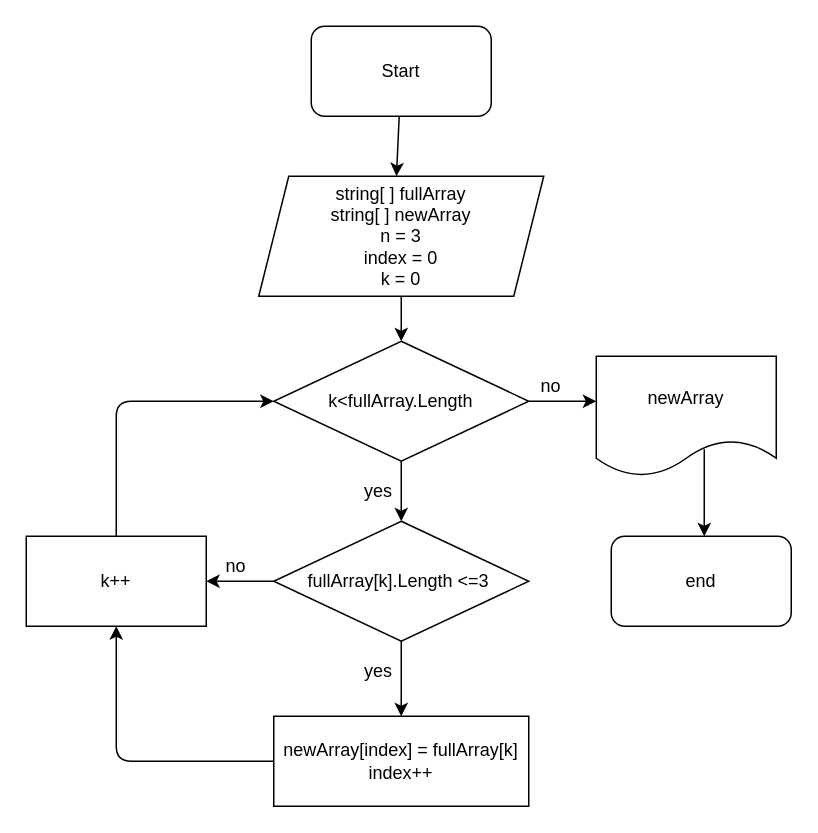
The draw.io diagram FinalTask/Scheme.drawio in earhangelskiy1916/FinalTest, before the edit. Source tidied: cells renumbered, new cells numbered last; positions are measured from the earlier drawing's top-left corner, leaving out a move shared by most shapes. Both pictures are drawn from the tidied source at 150%, with x=0, y=0 at pixel (26, 26).
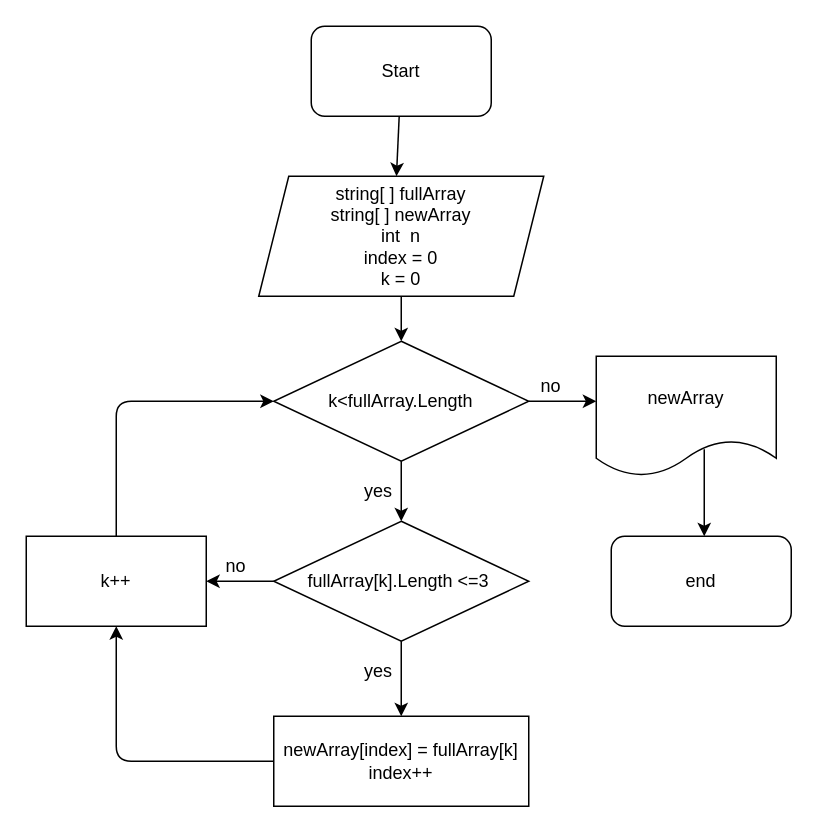
After the change.

Commit message:
feat: improved block scheme file Scheme.drawio

Change to the diagram source:
```diff
@@
-    <mxCell id="4" value="string[ ] fullArray&lt;br&gt;string[ ] newArray&lt;br&gt;n = 3&lt;br&gt;index = 0&lt;br&gt;k = 0" style="shape=parallelogram;perimeter=parallelogramPerimeter;whiteSpace=wrap;html=1;fixedSize=1;" parent="1" vertex="1">
+    <mxCell id="4" value="string[ ] fullArray&lt;br&gt;string[ ] newArray&lt;br&gt;int&amp;nbsp; n&lt;br&gt;index = 0&lt;br&gt;k = 0" style="shape=parallelogram;perimeter=parallelogramPerimeter;whiteSpace=wrap;html=1;fixedSize=1;" parent="1" vertex="1">
       <mxGeometry x="155" y="100" width="190" height="80" as="geometry" />
     </mxCell>
```
